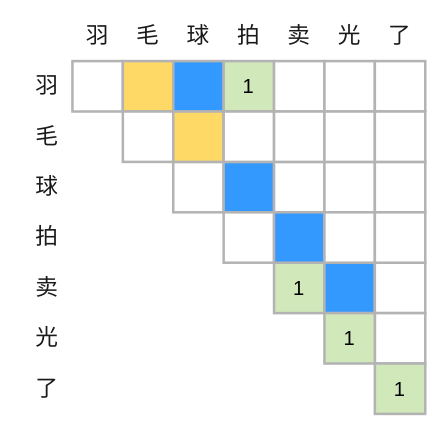
This is weibo/Untitled Diagram.drawio from Hejingqiang/Hjq_weiibo, a draw.io file, before an edit. Source tidied: cells renumbered, new cells numbered last; positions are measured from the earlier drawing's top-left corner, leaving out a move shared by most shapes. Both pictures are drawn from the tidied source at 126%, with x=0, y=0 at pixel (21, 23).
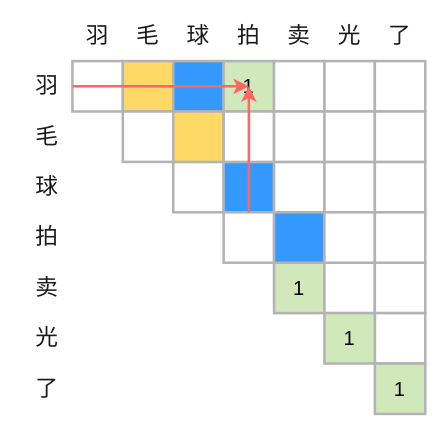
Above is the later version.

The change refers to these unchanged cells:
```xml
<mxCell id="32" value="&lt;font style=&quot;font-size: 18px&quot; color=&quot;#1a1a1a&quot;&gt;羽&lt;/font&gt;" style="text;html=1;strokeColor=none;fillColor=none;align=center;verticalAlign=middle;whiteSpace=wrap;rounded=0;" parent="1" vertex="1">
  <mxGeometry y="40" width="40" height="20" as="geometry" />
</mxCell>
<mxCell id="36" style="rounded=0;whiteSpace=wrap;html=1;strokeColor=#B3B3B3;strokeWidth=2;" parent="1" vertex="1">
  <mxGeometry x="160" y="150" width="40" height="40" as="geometry" />
</mxCell>
```

The edit, as a diff of the source:
```diff
@@
-    <mxCell id="21" style="rounded=0;whiteSpace=wrap;html=1;strokeColor=#B3B3B3;strokeWidth=2;fillColor=#3399FF;" parent="1" vertex="1">
+    <mxCell id="21" style="rounded=0;whiteSpace=wrap;html=1;strokeColor=#B3B3B3;strokeWidth=2;fillColor=#FFFFFF;" parent="1" vertex="1">
       <mxGeometry x="240" y="190" width="40" height="40" as="geometry" />
     </mxCell>
@@
+    <mxCell id="44" style="endArrow=classic;html=1;exitX=1;exitY=0.5;exitDx=0;exitDy=0;strokeWidth=2;strokeColor=#FF6666;" parent="1" edge="1" source="32">
+      <mxGeometry relative="1" as="geometry">
+        <mxPoint x="180" y="50" as="targetPoint" />
+      </mxGeometry>
+    </mxCell>
+    <mxCell id="45" style="endArrow=classic;html=1;strokeColor=#FF6666;strokeWidth=2;exitX=0.5;exitY=0;exitDx=0;exitDy=0;" parent="1" edge="1" source="36">
+      <mxGeometry relative="1" as="geometry">
+        <mxPoint x="180" y="50" as="targetPoint" />
+      </mxGeometry>
+    </mxCell>
```
